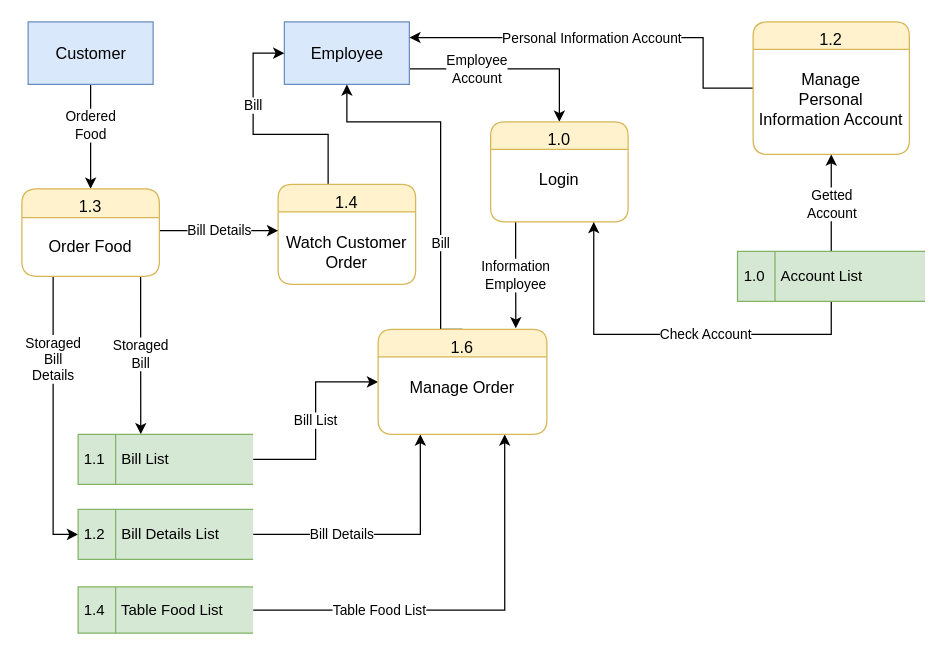
Earlier version of the draw.io diagram page "Level 1 - Employee" (4 of 8) of document/data flow/dfd.drawio (daomtthuan/do-an). Source tidied: cells renumbered, new cells numbered last; positions are measured from the earlier drawing's top-left corner, leaving out a move shared by most shapes. Both pictures are drawn from the tidied source at 125%, with x=0, y=0 at pixel (21, 21).
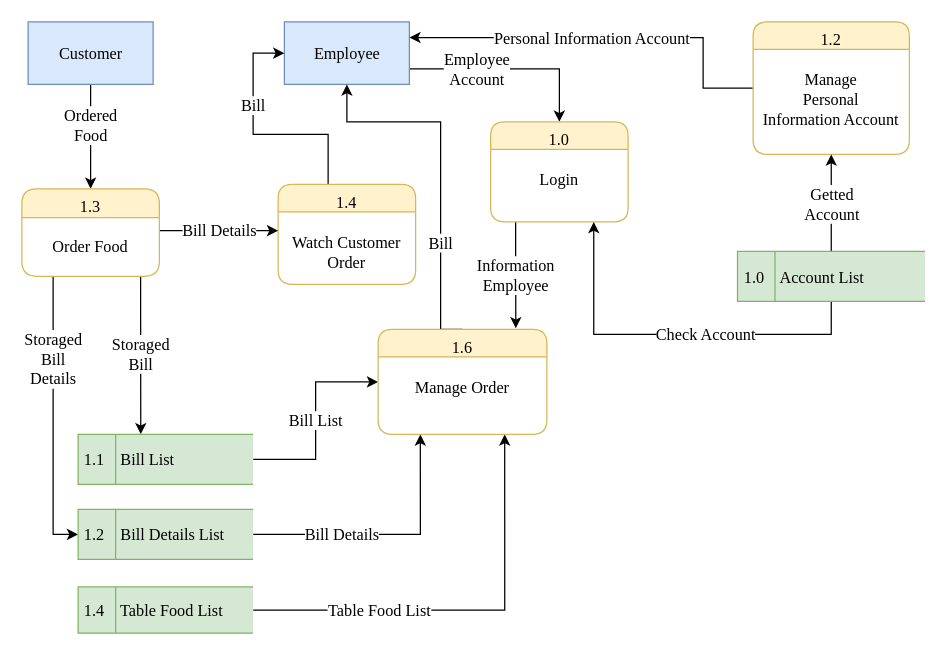
Above is the later version.

Change to the diagram source:
```diff
@@
-    <mxCell id="2" value="Table Food List" style="edgeStyle=orthogonalEdgeStyle;rounded=0;jettySize=auto;html=1;entryX=0.75;entryY=1;entryDx=0;entryDy=0;" parent="1" edge="1" source="3" target="26">
+    <mxCell id="2" value="Table Food List" style="edgeStyle=orthogonalEdgeStyle;rounded=0;jettySize=auto;html=1;entryX=0.75;entryY=1;entryDx=0;entryDy=0;fontFamily=Times New Roman;fontSize=13;" parent="1" edge="1" source="3" target="26">
       <mxGeometry x="-0.41" relative="1" as="geometry" />
     </mxCell>
-    <mxCell id="3" value="1.4&amp;nbsp; &amp;nbsp; Table Food List" style="html=1;dashed=0;whitespace=wrap;shape=mxgraph.dfd.dataStoreID;align=left;spacingLeft=3;points=[[0,0],[0.5,0],[1,0],[0,0.5],[1,0.5],[0,1],[0.5,1],[1,1]];fillColor=#d5e8d4;strokeColor=#82b366;" parent="1" vertex="1">
+    <mxCell id="3" value="1.4&amp;nbsp; &amp;nbsp; Table Food List" style="html=1;dashed=0;whitespace=wrap;shape=mxgraph.dfd.dataStoreID;align=left;spacingLeft=3;points=[[0,0],[0.5,0],[1,0],[0,0.5],[1,0.5],[0,1],[0.5,1],[1,1]];fillColor=#d5e8d4;strokeColor=#82b366;fontFamily=Times New Roman;fontSize=13;" parent="1" vertex="1">
       <mxGeometry x="45" y="452" width="140" height="37" as="geometry" />
     </mxCell>
-    <mxCell id="4" value="Employee&lt;br&gt;Account" style="edgeStyle=orthogonalEdgeStyle;rounded=0;jettySize=auto;html=1;entryX=0.5;entryY=0;entryDx=0;entryDy=0;exitX=1;exitY=0.75;exitDx=0;exitDy=0;" parent="1" edge="1" source="7" target="9">
+    <mxCell id="4" value="Employee&lt;br style=&quot;font-size: 13px;&quot;&gt;Account" style="edgeStyle=orthogonalEdgeStyle;rounded=0;jettySize=auto;html=1;entryX=0.5;entryY=0;entryDx=0;entryDy=0;exitX=1;exitY=0.75;exitDx=0;exitDy=0;fontFamily=Times New Roman;fontSize=13;" parent="1" edge="1" source="7" target="9">
       <mxGeometry x="-0.34" relative="1" as="geometry">
         <Array as="points">
           <mxPoint x="430" y="38" />
         </Array>
       </mxGeometry>
     </mxCell>
-    <mxCell id="5" value="Ordered&lt;br&gt;Food" style="edgeStyle=orthogonalEdgeStyle;rounded=0;jettySize=auto;html=1;exitX=0.5;exitY=1;exitDx=0;exitDy=0;entryX=0.5;entryY=0;entryDx=0;entryDy=0;" parent="1" edge="1" source="6" target="15">
+    <mxCell id="5" value="Ordered&lt;br style=&quot;font-size: 13px;&quot;&gt;Food" style="edgeStyle=orthogonalEdgeStyle;rounded=0;jettySize=auto;html=1;exitX=0.5;exitY=1;exitDx=0;exitDy=0;entryX=0.5;entryY=0;entryDx=0;entryDy=0;fontFamily=Times New Roman;fontSize=13;" parent="1" edge="1" source="6" target="15">
       <mxGeometry x="-0.2" relative="1" as="geometry">
         <Array as="points">
           <mxPoint x="55" y="70" />
           <mxPoint x="55" y="70" />
         </Array>
       </mxGeometry>
     </mxCell>
-    <mxCell id="6" value="&lt;span style=&quot;font-size: 13px;&quot;&gt;&lt;span style=&quot;font-size: 13px;&quot;&gt;Customer&lt;/span&gt;&lt;/span&gt;" style="html=1;dashed=0;whitespace=wrap;strokeWidth=1;fillColor=#dae8fc;strokeColor=#6c8ebf;fontFamily=Time New Roman;fontSize=13;" parent="1" vertex="1">
+    <mxCell id="6" value="&lt;span style=&quot;font-size: 13px;&quot;&gt;&lt;span style=&quot;font-size: 13px;&quot;&gt;Customer&lt;/span&gt;&lt;/span&gt;" style="html=1;dashed=0;whitespace=wrap;strokeWidth=1;fillColor=#dae8fc;strokeColor=#6c8ebf;fontFamily=Times New Roman;fontSize=13;" parent="1" vertex="1">
       <mxGeometry x="5" width="100" height="50" as="geometry" />
     </mxCell>
-    <mxCell id="7" value="&lt;span style=&quot;font-size: 13px;&quot;&gt;&lt;span style=&quot;font-size: 13px;&quot;&gt;Employee&lt;/span&gt;&lt;/span&gt;" style="html=1;dashed=0;whitespace=wrap;strokeWidth=1;fillColor=#dae8fc;strokeColor=#6c8ebf;fontFamily=Time New Roman;fontSize=13;" parent="1" vertex="1">
+    <mxCell id="7" value="&lt;span style=&quot;font-size: 13px;&quot;&gt;&lt;span style=&quot;font-size: 13px;&quot;&gt;Employee&lt;/span&gt;&lt;/span&gt;" style="html=1;dashed=0;whitespace=wrap;strokeWidth=1;fillColor=#dae8fc;strokeColor=#6c8ebf;fontFamily=Times New Roman;fontSize=13;" parent="1" vertex="1">
       <mxGeometry x="210" width="100" height="50" as="geometry" />
     </mxCell>
-    <mxCell id="8" value="Information&lt;br&gt;Employee" style="edgeStyle=orthogonalEdgeStyle;rounded=0;jettySize=auto;html=1;entryX=0.816;entryY=-0.01;entryDx=0;entryDy=0;entryPerimeter=0;" parent="1" edge="1" source="9" target="26">
+    <mxCell id="8" value="Information&lt;br style=&quot;font-size: 13px;&quot;&gt;Employee" style="edgeStyle=orthogonalEdgeStyle;rounded=0;jettySize=auto;html=1;entryX=0.816;entryY=-0.01;entryDx=0;entryDy=0;entryPerimeter=0;fontFamily=Times New Roman;fontSize=13;" parent="1" edge="1" source="9" target="26">
       <mxGeometry relative="1" as="geometry">
         <Array as="points">
           <mxPoint x="395" y="180" />
           <mxPoint x="395" y="180" />
         </Array>
       </mxGeometry>
     </mxCell>
-    <mxCell id="9" value="1.0&#10;&#10;Login" style="swimlane;fontStyle=0;horizontal=1;startSize=22;fillColor=#fff2cc;swimlaneFillColor=#ffffff;rounded=1;strokeWidth=1;verticalAlign=top;arcSize=17;labelPosition=center;verticalLabelPosition=middle;align=center;fontFamily=Time New Roman;strokeColor=#d6b656;fontSize=13;" parent="1" vertex="1">
+    <mxCell id="9" value="1.0&#10;&#10;Login" style="swimlane;fontStyle=0;horizontal=1;startSize=22;fillColor=#fff2cc;swimlaneFillColor=#ffffff;rounded=1;strokeWidth=1;verticalAlign=top;arcSize=17;labelPosition=center;verticalLabelPosition=middle;align=center;fontFamily=Times New Roman;strokeColor=#d6b656;fontSize=13;" parent="1" vertex="1">
       <mxGeometry x="375" y="80" width="110" height="80" as="geometry" />
     </mxCell>
-    <mxCell id="10" value="Bill" style="edgeStyle=orthogonalEdgeStyle;rounded=0;jettySize=auto;html=1;entryX=0;entryY=0.5;entryDx=0;entryDy=0;" parent="1" edge="1" source="11" target="7">
+    <mxCell id="10" value="Bill" style="edgeStyle=orthogonalEdgeStyle;rounded=0;jettySize=auto;html=1;entryX=0;entryY=0.5;entryDx=0;entryDy=0;fontFamily=Times New Roman;fontSize=13;" parent="1" edge="1" source="11" target="7">
       <mxGeometry x="0.29" relative="1" as="geometry">
         <Array as="points">
           <mxPoint x="245" y="90" />
           <mxPoint x="185" y="90" />
           <mxPoint x="185" y="25" />
         </Array>
       </mxGeometry>
     </mxCell>
-    <mxCell id="11" value="1.4&#10;&#10;Watch Customer&#10;Order" style="swimlane;fontStyle=0;horizontal=1;startSize=22;fillColor=#fff2cc;swimlaneFillColor=#ffffff;rounded=1;strokeWidth=1;verticalAlign=top;arcSize=17;labelPosition=center;verticalLabelPosition=middle;align=center;fontFamily=Time New Roman;strokeColor=#d6b656;fontSize=13;" parent="1" vertex="1">
+    <mxCell id="11" value="1.4&#10;&#10;Watch Customer&#10;Order" style="swimlane;fontStyle=0;horizontal=1;startSize=22;fillColor=#fff2cc;swimlaneFillColor=#ffffff;rounded=1;strokeWidth=1;verticalAlign=top;arcSize=17;labelPosition=center;verticalLabelPosition=middle;align=center;fontFamily=Times New Roman;strokeColor=#d6b656;fontSize=13;" parent="1" vertex="1">
       <mxGeometry x="205" y="130" width="110" height="80" as="geometry" />
     </mxCell>
-    <mxCell id="12" value="Bill Details" style="edgeStyle=orthogonalEdgeStyle;rounded=0;orthogonalLoop=1;jettySize=auto;html=1;" parent="1" edge="1">
+    <mxCell id="12" value="Bill Details" style="edgeStyle=orthogonalEdgeStyle;rounded=0;orthogonalLoop=1;jettySize=auto;html=1;fontFamily=Times New Roman;fontSize=13;" parent="1" edge="1">
       <mxGeometry relative="1" as="geometry">
         <mxPoint x="110" y="167" as="sourcePoint" />
         <mxPoint x="205" y="167" as="targetPoint" />
       </mxGeometry>
     </mxCell>
-    <mxCell id="13" value="Storaged&lt;br&gt;Bill" style="edgeStyle=orthogonalEdgeStyle;rounded=0;jettySize=auto;html=1;entryX=0.358;entryY=-0.004;entryDx=0;entryDy=0;entryPerimeter=0;" parent="1" edge="1" source="15" target="22">
+    <mxCell id="13" value="Storaged&lt;br style=&quot;font-size: 13px;&quot;&gt;Bill" style="edgeStyle=orthogonalEdgeStyle;rounded=0;jettySize=auto;html=1;entryX=0.358;entryY=-0.004;entryDx=0;entryDy=0;entryPerimeter=0;fontFamily=Times New Roman;fontSize=13;" parent="1" edge="1" source="15" target="22">
       <mxGeometry relative="1" as="geometry">
         <Array as="points">
           <mxPoint x="95" y="230" />
           <mxPoint x="95" y="230" />
         </Array>
       </mxGeometry>
     </mxCell>
-    <mxCell id="14" value="Storaged&lt;br&gt;Bill&lt;br&gt;Details" style="edgeStyle=orthogonalEdgeStyle;rounded=0;jettySize=auto;html=1;exitX=0.25;exitY=1;exitDx=0;exitDy=0;entryX=0;entryY=0.5;entryDx=0;entryDy=0;" parent="1" edge="1" source="15" target="24">
+    <mxCell id="14" value="Storaged&lt;br style=&quot;font-size: 13px;&quot;&gt;Bill&lt;br style=&quot;font-size: 13px;&quot;&gt;Details" style="edgeStyle=orthogonalEdgeStyle;rounded=0;jettySize=auto;html=1;exitX=0.25;exitY=1;exitDx=0;exitDy=0;entryX=0;entryY=0.5;entryDx=0;entryDy=0;fontFamily=Times New Roman;fontSize=13;" parent="1" edge="1" source="15" target="24">
       <mxGeometry x="-0.4" relative="1" as="geometry">
         <Array as="points">
           <mxPoint x="25" y="204" />
           <mxPoint x="25" y="410" />
         </Array>
       </mxGeometry>
     </mxCell>
-    <mxCell id="15" value="1.3&#10;&#10;Order Food" style="swimlane;fontStyle=0;horizontal=1;startSize=23;fillColor=#fff2cc;swimlaneFillColor=#ffffff;rounded=1;strokeWidth=1;verticalAlign=top;arcSize=17;labelPosition=center;verticalLabelPosition=middle;align=center;fontFamily=Time New Roman;strokeColor=#d6b656;fontSize=13;" parent="1" vertex="1">
+    <mxCell id="15" value="1.3&#10;&#10;Order Food" style="swimlane;fontStyle=0;horizontal=1;startSize=23;fillColor=#fff2cc;swimlaneFillColor=#ffffff;rounded=1;strokeWidth=1;verticalAlign=top;arcSize=17;labelPosition=center;verticalLabelPosition=middle;align=center;fontFamily=Times New Roman;strokeColor=#d6b656;fontSize=13;" parent="1" vertex="1">
       <mxGeometry y="133.5" width="110" height="70" as="geometry" />
     </mxCell>
-    <mxCell id="16" value="Personal Information Account" style="edgeStyle=orthogonalEdgeStyle;rounded=0;jettySize=auto;html=1;exitX=0;exitY=0.5;exitDx=0;exitDy=0;entryX=1;entryY=0.25;entryDx=0;entryDy=0;" parent="1" edge="1" source="17" target="7">
+    <mxCell id="16" value="Personal Information Account" style="edgeStyle=orthogonalEdgeStyle;rounded=0;jettySize=auto;html=1;exitX=0;exitY=0.5;exitDx=0;exitDy=0;entryX=1;entryY=0.25;entryDx=0;entryDy=0;fontFamily=Times New Roman;fontSize=13;" parent="1" edge="1" source="17" target="7">
       <mxGeometry x="0.08" relative="1" as="geometry">
         <Array as="points">
           <mxPoint x="545" y="53" />
           <mxPoint x="545" y="12" />
         </Array>
       </mxGeometry>
     </mxCell>
-    <mxCell id="17" value="1.2&#10;&#10;Manage&#10;Personal &#10;Information Account" style="swimlane;fontStyle=0;horizontal=1;startSize=22;fillColor=#fff2cc;swimlaneFillColor=#ffffff;rounded=1;strokeWidth=1;verticalAlign=top;arcSize=17;labelPosition=center;verticalLabelPosition=middle;align=center;fontFamily=Time New Roman;strokeColor=#d6b656;fontSize=13;" parent="1" vertex="1">
+    <mxCell id="17" value="1.2&#10;&#10;Manage&#10;Personal &#10;Information Account" style="swimlane;fontStyle=0;horizontal=1;startSize=22;fillColor=#fff2cc;swimlaneFillColor=#ffffff;rounded=1;strokeWidth=1;verticalAlign=top;arcSize=17;labelPosition=center;verticalLabelPosition=middle;align=center;fontFamily=Times New Roman;strokeColor=#d6b656;fontSize=13;" parent="1" vertex="1">
       <mxGeometry x="585" width="125" height="106" as="geometry" />
     </mxCell>
-    <mxCell id="18" value="Check Account" style="edgeStyle=orthogonalEdgeStyle;rounded=0;jettySize=auto;html=1;entryX=0.75;entryY=1;entryDx=0;entryDy=0;" parent="1" edge="1" source="20" target="9">
+    <mxCell id="18" value="Check Account" style="edgeStyle=orthogonalEdgeStyle;rounded=0;jettySize=auto;html=1;entryX=0.75;entryY=1;entryDx=0;entryDy=0;fontFamily=Times New Roman;fontSize=13;" parent="1" edge="1" source="20" target="9">
       <mxGeometry x="-0.17" relative="1" as="geometry">
         <Array as="points">
           <mxPoint x="648" y="250" />
           <mxPoint x="458" y="250" />
         </Array>
       </mxGeometry>
     </mxCell>
-    <mxCell id="19" value="Getted&lt;br&gt;Account" style="edgeStyle=orthogonalEdgeStyle;rounded=0;jettySize=auto;html=1;entryX=0.5;entryY=1;entryDx=0;entryDy=0;" parent="1" edge="1" source="20" target="17">
+    <mxCell id="19" value="Getted&lt;br style=&quot;font-size: 13px;&quot;&gt;Account" style="edgeStyle=orthogonalEdgeStyle;rounded=0;jettySize=auto;html=1;entryX=0.5;entryY=1;entryDx=0;entryDy=0;fontFamily=Times New Roman;fontSize=13;" parent="1" edge="1" source="20" target="17">
       <mxGeometry x="-0.01" relative="1" as="geometry" />
     </mxCell>
-    <mxCell id="20" value="1.0&amp;nbsp; &amp;nbsp; Account List" style="html=1;dashed=0;whitespace=wrap;shape=mxgraph.dfd.dataStoreID;align=left;spacingLeft=3;points=[[0,0],[0.5,0],[1,0],[0,0.5],[1,0.5],[0,1],[0.5,1],[1,1]];fillColor=#d5e8d4;strokeColor=#82b366;" parent="1" vertex="1">
+    <mxCell id="20" value="1.0&amp;nbsp; &amp;nbsp; Account List" style="html=1;dashed=0;whitespace=wrap;shape=mxgraph.dfd.dataStoreID;align=left;spacingLeft=3;points=[[0,0],[0.5,0],[1,0],[0,0.5],[1,0.5],[0,1],[0.5,1],[1,1]];fillColor=#d5e8d4;strokeColor=#82b366;fontFamily=Times New Roman;fontSize=13;" parent="1" vertex="1">
       <mxGeometry x="572.5" y="183.5" width="150" height="40" as="geometry" />
     </mxCell>
-    <mxCell id="21" value="Bill List" style="edgeStyle=orthogonalEdgeStyle;rounded=0;jettySize=auto;html=1;entryX=0;entryY=0.5;entryDx=0;entryDy=0;" parent="1" edge="1" source="22" target="26">
+    <mxCell id="21" value="Bill List" style="edgeStyle=orthogonalEdgeStyle;rounded=0;jettySize=auto;html=1;entryX=0;entryY=0.5;entryDx=0;entryDy=0;fontFamily=Times New Roman;fontSize=13;" parent="1" edge="1" source="22" target="26">
       <mxGeometry relative="1" as="geometry" />
     </mxCell>
-    <mxCell id="22" value="1.1&amp;nbsp; &amp;nbsp; Bill List" style="html=1;dashed=0;whitespace=wrap;shape=mxgraph.dfd.dataStoreID;align=left;spacingLeft=3;points=[[0,0],[0.5,0],[1,0],[0,0.5],[1,0.5],[0,1],[0.5,1],[1,1]];fillColor=#d5e8d4;strokeColor=#82b366;" parent="1" vertex="1">
+    <mxCell id="22" value="1.1&amp;nbsp; &amp;nbsp; Bill List" style="html=1;dashed=0;whitespace=wrap;shape=mxgraph.dfd.dataStoreID;align=left;spacingLeft=3;points=[[0,0],[0.5,0],[1,0],[0,0.5],[1,0.5],[0,1],[0.5,1],[1,1]];fillColor=#d5e8d4;strokeColor=#82b366;fontFamily=Times New Roman;fontSize=13;" parent="1" vertex="1">
       <mxGeometry x="45" y="330" width="140" height="40" as="geometry" />
     </mxCell>
-    <mxCell id="23" value="Bill Details" style="edgeStyle=orthogonalEdgeStyle;rounded=0;jettySize=auto;html=1;entryX=0.25;entryY=1;entryDx=0;entryDy=0;" parent="1" edge="1" source="24" target="26">
+    <mxCell id="23" value="Bill Details" style="edgeStyle=orthogonalEdgeStyle;rounded=0;jettySize=auto;html=1;entryX=0.25;entryY=1;entryDx=0;entryDy=0;fontFamily=Times New Roman;fontSize=13;" parent="1" edge="1" source="24" target="26">
       <mxGeometry x="-0.34" relative="1" as="geometry" />
     </mxCell>
-    <mxCell id="24" value="1.2&amp;nbsp; &amp;nbsp; Bill Details List" style="html=1;dashed=0;whitespace=wrap;shape=mxgraph.dfd.dataStoreID;align=left;spacingLeft=3;points=[[0,0],[0.5,0],[1,0],[0,0.5],[1,0.5],[0,1],[0.5,1],[1,1]];fillColor=#d5e8d4;strokeColor=#82b366;" parent="1" vertex="1">
+    <mxCell id="24" value="1.2&amp;nbsp; &amp;nbsp; Bill Details List" style="html=1;dashed=0;whitespace=wrap;shape=mxgraph.dfd.dataStoreID;align=left;spacingLeft=3;points=[[0,0],[0.5,0],[1,0],[0,0.5],[1,0.5],[0,1],[0.5,1],[1,1]];fillColor=#d5e8d4;strokeColor=#82b366;fontFamily=Times New Roman;fontSize=13;" parent="1" vertex="1">
       <mxGeometry x="45" y="390" width="140" height="40" as="geometry" />
     </mxCell>
-    <mxCell id="25" value="Bill" style="edgeStyle=orthogonalEdgeStyle;rounded=0;jettySize=auto;html=1;exitX=0.5;exitY=0;exitDx=0;exitDy=0;entryX=0.5;entryY=1;entryDx=0;entryDy=0;" parent="1" edge="1" source="26" target="7">
+    <mxCell id="25" value="Bill" style="edgeStyle=orthogonalEdgeStyle;rounded=0;jettySize=auto;html=1;exitX=0.5;exitY=0;exitDx=0;exitDy=0;entryX=0.5;entryY=1;entryDx=0;entryDy=0;fontFamily=Times New Roman;fontSize=13;" parent="1" edge="1" source="26" target="7">
       <mxGeometry x="-0.4" relative="1" as="geometry">
         <Array as="points">
           <mxPoint x="335" y="246" />
           <mxPoint x="335" y="80" />
           <mxPoint x="260" y="80" />
         </Array>
       </mxGeometry>
     </mxCell>
-    <mxCell id="26" value="1.6&#10;&#10;Manage Order" style="swimlane;fontStyle=0;horizontal=1;startSize=22;fillColor=#fff2cc;swimlaneFillColor=#ffffff;rounded=1;strokeWidth=1;verticalAlign=top;arcSize=17;labelPosition=center;verticalLabelPosition=middle;align=center;fontFamily=Time New Roman;strokeColor=#d6b656;fontSize=13;" parent="1" vertex="1">
+    <mxCell id="26" value="1.6&#10;&#10;Manage Order" style="swimlane;fontStyle=0;horizontal=1;startSize=22;fillColor=#fff2cc;swimlaneFillColor=#ffffff;rounded=1;strokeWidth=1;verticalAlign=top;arcSize=17;labelPosition=center;verticalLabelPosition=middle;align=center;fontFamily=Times New Roman;strokeColor=#d6b656;fontSize=13;" parent="1" vertex="1">
       <mxGeometry x="285" y="246" width="135" height="84" as="geometry" />
     </mxCell>
```
